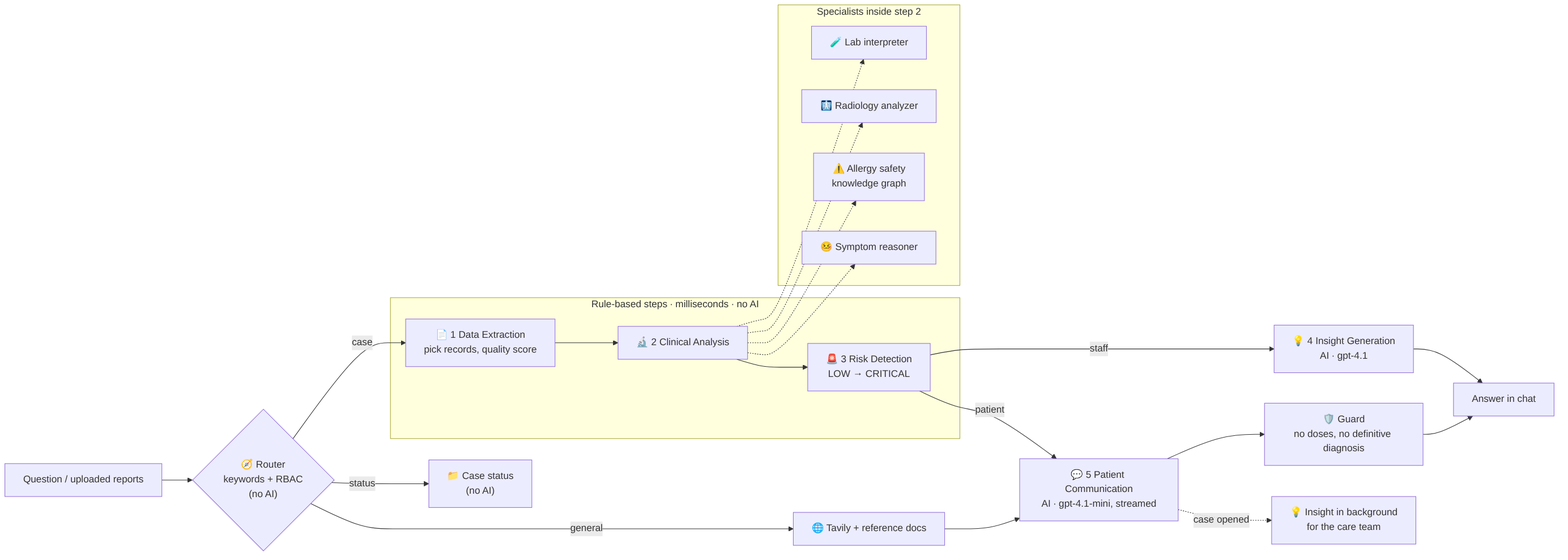
The Mermaid diagram docs/diagrams/03-agent-pipeline.png in surisuraj9/ClinicalChat, before a commit. Its source is kept beside it as docs/diagrams/src/03-agent-pipeline.mmd.
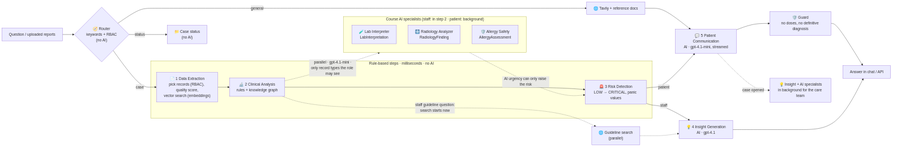
After the change.

Diff of the diagram source:
```diff
@@ -4,21 +4,23 @@
     RT -->|"general"| W["🌐 Tavily + reference docs"] --> CM
     RT -->|"status"| ST["📁 Case status<br/>(no AI)"]
     subgraph RULES["Rule-based steps · milliseconds · no AI"]
-        E["📄 1 Data Extraction<br/>pick records, quality score"]
-        A["🔬 2 Clinical Analysis"]
-        RK["🚨 3 Risk Detection<br/>LOW → CRITICAL"]
+        E["📄 1 Data Extraction<br/>pick records (RBAC), quality score,<br/>vector search (embeddings)"]
+        A["🔬 2 Clinical Analysis<br/>rules + knowledge graph"]
+        RK["🚨 3 Risk Detection<br/>LOW → CRITICAL, panic values"]
         E --> A --> RK
     end
-    subgraph SPEC["Specialists inside step 2"]
-        L["🧪 Lab interpreter"]
-        RA["🩻 Radiology analyzer"]
-        AL["⚠️ Allergy safety<br/>knowledge graph"]
-        SY["🤒 Symptom reasoner"]
+    subgraph SPEC["Course AI specialists (staff: in step 2 · patient: background)"]
+        L["🧪 Lab Interpreter<br/>LabInterpretation"]
+        RA["🩻 Radiology Analyzer<br/>RadiologyFinding"]
+        AL["🛡️ Allergy Safety<br/>AllergyAssessment"]
     end
-    A -.-> L & RA & AL & SY
+    A -.->|"parallel · gpt-4.1-mini ·<br/>only record types the role may see"| SPEC
+    SPEC -.->|"AI urgency can only raise the risk"| RK
+    A -.->|"staff guideline question:<br/>search starts now"| W2["🌐 Guideline search<br/>(parallel)"]
     RK -->|"staff"| IN["💡 4 Insight Generation<br/>AI · gpt-4.1"]
+    W2 -.-> IN
     RK -->|"patient"| CM["💬 5 Patient Communication<br/>AI · gpt-4.1-mini, streamed"]
     CM --> G["🛡️ Guard<br/>no doses, no definitive diagnosis"]
-    G --> OUT["Answer in chat"]
+    G --> OUT["Answer in chat / API"]
     IN --> OUT
-    CM -.->|"case opened"| BG["💡 Insight in background<br/>for the care team"]
+    CM -.->|"case opened"| BG["💡 Insight + AI specialists<br/>in background for the care team"]
```
